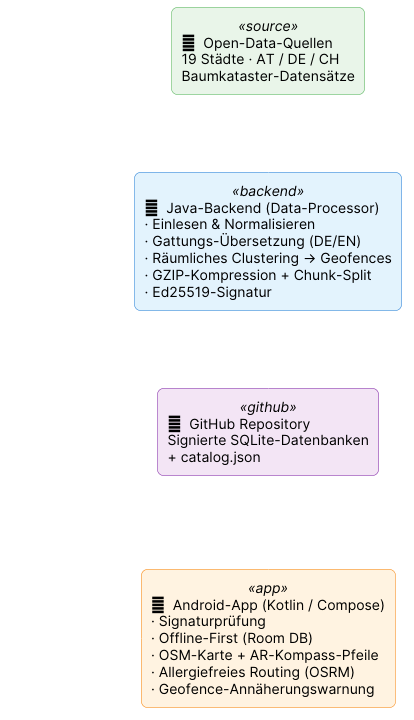
Before: docs/architecture/00_overview.png, a diagram exported from PlantUML (matthili/BaumRadar).
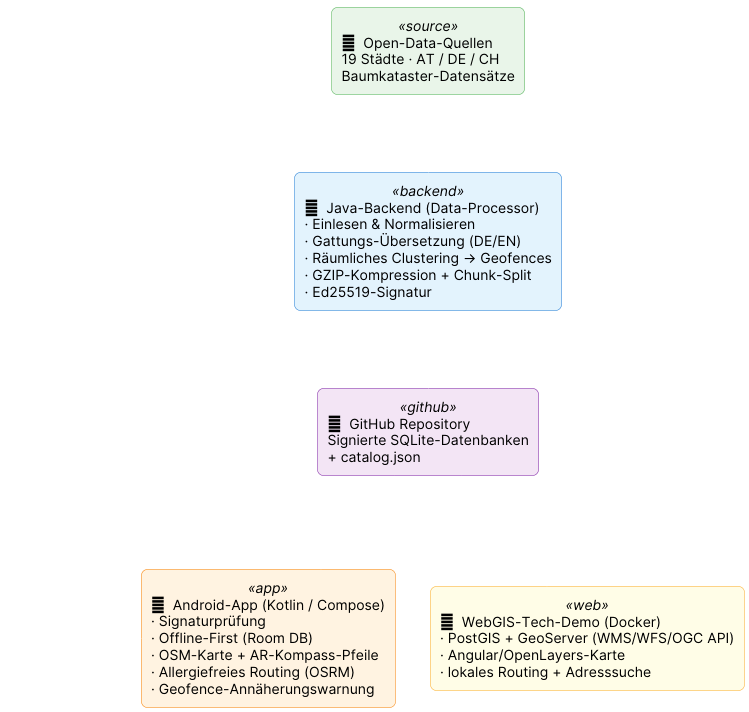
Above is the later version.

What changed in the source:
```diff
@@ -28,6 +28,8 @@
   BorderColor<<github>> #7B1FA2
   BackgroundColor<<app>> #FFF3E0
   BorderColor<<app>> #F57C00
+  BackgroundColor<<web>> #FFFDE7
+  BorderColor<<web>> #F9A825
 }
 
 rectangle "🌐  Open-Data-Quellen\n19 Städte · AT / DE / CH\nBaumkataster-Datensätze" as Src <<source>>
@@ -38,10 +40,13 @@
 
 rectangle "📱  Android-App (Kotlin / Compose)\n· Signaturprüfung\n· Offline-First (Room DB)\n· OSM-Karte + AR-Kompass-Pfeile\n· Allergiefreies Routing (OSRM)\n· Geofence-Annäherungswarnung" as App <<app>>
 
+rectangle "🖥️  WebGIS-Tech-Demo (Docker)\n· PostGIS + GeoServer (WMS/WFS/OGC API)\n· Angular/OpenLayers-Karte\n· lokales Routing + Adresssuche" as Web <<web>>
+
 actor "Nutzer:in\n(Allergie-Profil)" as User
 
 Src -down-> BE : einlesen
 BE -down-> GH : publish
 GH -down-> App : download\n& verify
+GH -down-> Web : download\n& verify
 User -right-> App
 @enduml
```
